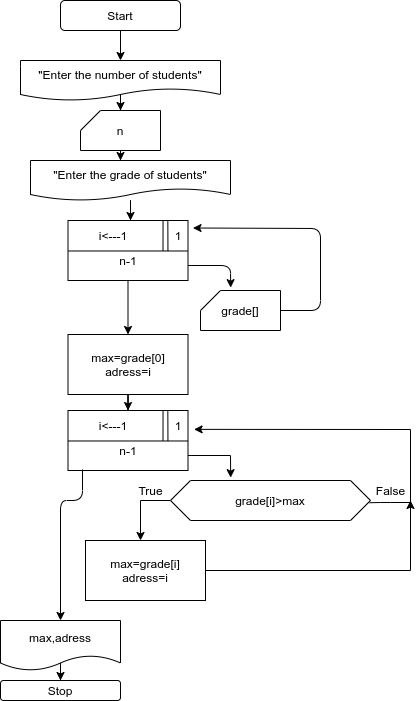
The draw.io diagram highest_point.png in celaltas/Data-Structures-And-Algorithms, before a commit. Source tidied: cells renumbered, new cells last; positions are measured from the earlier drawing's top-left corner, leaving out a move shared by most shapes.
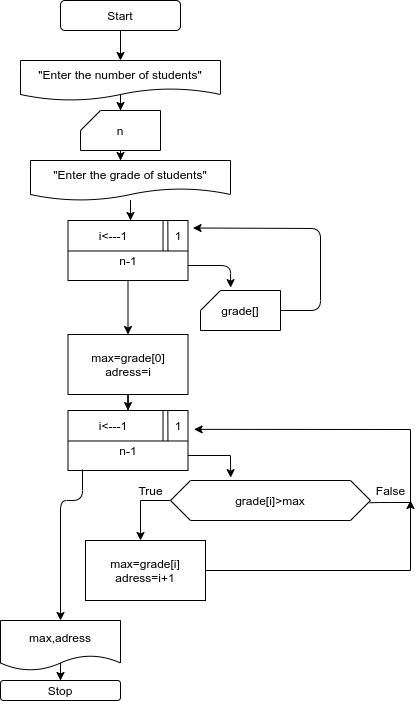
The same file after the commit.

Diff of the diagram source:
```diff
@@ -125,7 +125,7 @@
     <mxCell id="34" value="False" style="text;html=1;align=center;verticalAlign=middle;" parent="1" vertex="1">
       <mxGeometry x="370" y="480" width="40" height="20" as="geometry" />
     </mxCell>
-    <mxCell id="35" value="max=grade[i]&lt;br&gt;adress=i" style="rounded=0;whiteSpace=wrap;html=1;" parent="1" vertex="1">
+    <mxCell id="35" value="max=grade[i]&lt;br&gt;adress=i+1" style="rounded=0;whiteSpace=wrap;html=1;" parent="1" vertex="1">
       <mxGeometry x="85" y="540" width="120" height="60" as="geometry" />
     </mxCell>
     <mxCell id="36" style="endArrow=classic;html=1;exitX=0.996;exitY=0.556;exitDx=0;exitDy=0;exitPerimeter=0;entryX=1.036;entryY=0.371;entryDx=0;entryDy=0;entryPerimeter=0;rounded=0;" parent="1" edge="1" source="32" target="27">
```
